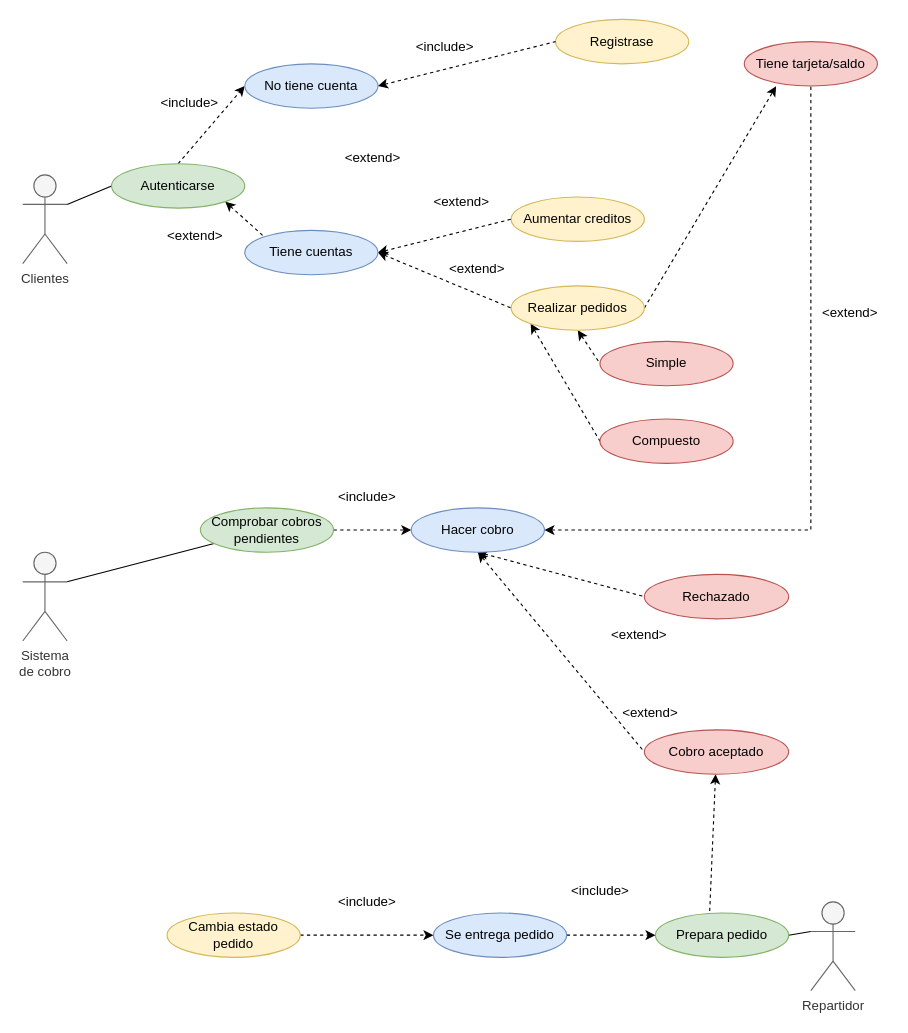
Aeyoz/entornos-desarrollo keeps this draw.io diagram as img/Tienda_virtual.drawio. Above is the earlier version. Source tidied: cells renumbered, new cells numbered last; positions are measured from the earlier drawing's top-left corner, leaving out a move shared by most shapes. Both pictures are drawn from the tidied source at 111%, with x=0, y=0 at pixel (22, 19).
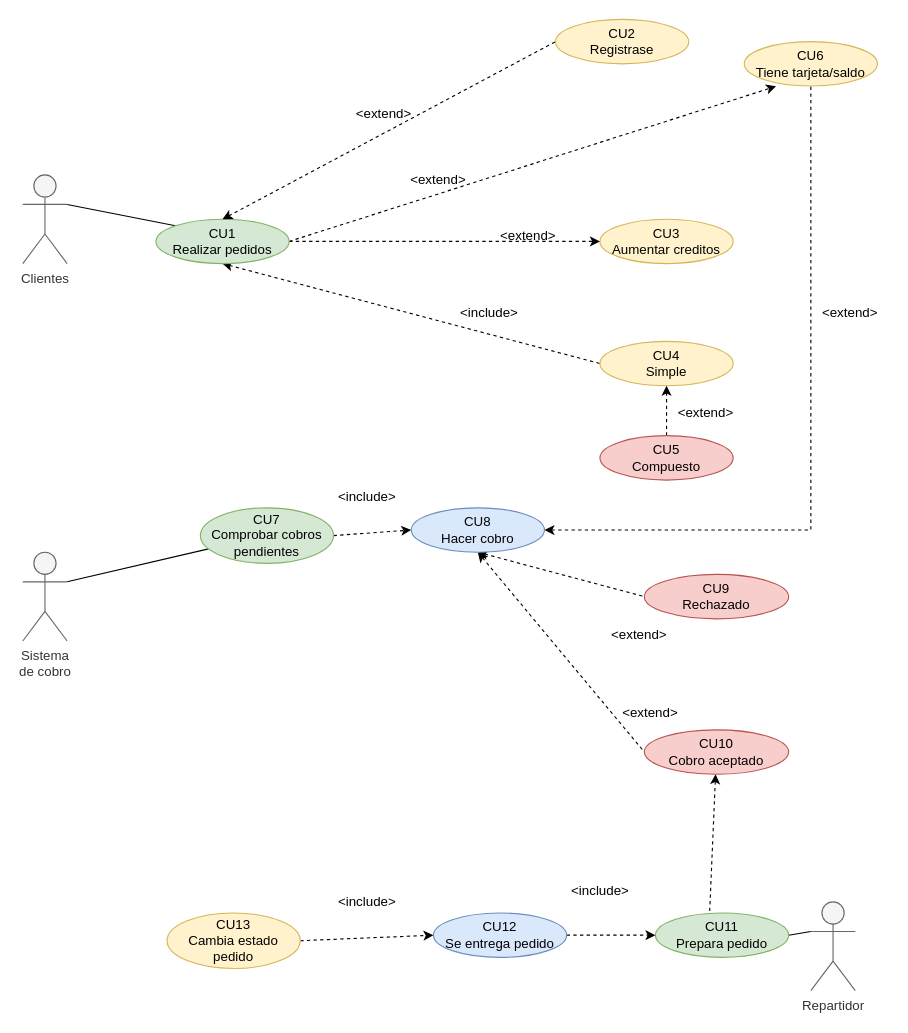
After the change.

The change refers to these unchanged cells:
```xml
<mxCell id="3" value="Clientes" style="shape=umlActor;verticalLabelPosition=bottom;verticalAlign=top;html=1;outlineConnect=0;fillColor=#f5f5f5;fontColor=#333333;strokeColor=#666666;" parent="1" vertex="1">
  <mxGeometry y="140" width="40" height="80" as="geometry" />
</mxCell>
```

Change to the diagram source:
```diff
@@
-    <mxCell id="2" style="edgeStyle=none;rounded=0;jettySize=auto;html=1;exitX=1;exitY=0.3333333333333333;exitDx=0;exitDy=0;exitPerimeter=0;entryX=0;entryY=0.5;entryDx=0;entryDy=0;startArrow=none;startFill=0;endArrow=none;endFill=0;" parent="1" edge="1" source="3" target="23">
-      <mxGeometry relative="1" as="geometry" />
-    </mxCell>
+    <mxCell id="52" style="rounded=0;jettySize=auto;html=1;exitX=1;exitY=0.3333333333333333;exitDx=0;exitDy=0;exitPerimeter=0;entryX=0;entryY=0;entryDx=0;entryDy=0;endArrow=none;endFill=0;" parent="1" edge="1" source="3" target="9">
+      <mxGeometry relative="1" as="geometry" />
+    </mxCell>
@@
-    <mxCell id="4" value="Tiene tarjeta/saldo" style="ellipse;whiteSpace=wrap;html=1;fillColor=#f8cecc;strokeColor=#b85450;" parent="1" vertex="1">
+    <mxCell id="4" value="CU6&lt;br&gt;Tiene tarjeta/saldo" style="ellipse;whiteSpace=wrap;html=1;fillColor=#fff2cc;strokeColor=#d6b656;" parent="1" vertex="1">
       <mxGeometry x="650" y="20" width="120" height="40" as="geometry" />
     </mxCell>
-    <mxCell id="5" value="Aumentar creditos" style="ellipse;whiteSpace=wrap;html=1;fillColor=#fff2cc;strokeColor=#d6b656;" parent="1" vertex="1">
-      <mxGeometry x="440" y="160" width="120" height="40" as="geometry" />
+    <mxCell id="5" value="CU3&lt;br&gt;Aumentar creditos" style="ellipse;whiteSpace=wrap;html=1;fillColor=#fff2cc;strokeColor=#d6b656;" parent="1" vertex="1">
+      <mxGeometry x="520" y="180" width="120" height="40" as="geometry" />
     </mxCell>
@@
-    <mxCell id="8" style="edgeStyle=none;rounded=0;jettySize=auto;html=1;exitX=0;exitY=1;exitDx=0;exitDy=0;entryX=0;entryY=0.5;entryDx=0;entryDy=0;dashed=1;strokeColor=default;startArrow=classic;startFill=1;endArrow=none;endFill=0;" parent="1" edge="1" source="9" target="50">
-      <mxGeometry relative="1" as="geometry" />
-    </mxCell>
+    <mxCell id="53" style="edgeStyle=none;rounded=0;jettySize=auto;html=1;exitX=1;exitY=0.5;exitDx=0;exitDy=0;entryX=0;entryY=0.5;entryDx=0;entryDy=0;dashed=1;endArrow=classic;endFill=1;" parent="1" edge="1" source="9" target="5">
+      <mxGeometry relative="1" as="geometry" />
+    </mxCell>
-    <mxCell id="9" value="Realizar pedidos" style="ellipse;whiteSpace=wrap;html=1;fillColor=#fff2cc;strokeColor=#d6b656;" parent="1" vertex="1">
-      <mxGeometry x="440" y="240" width="120" height="40" as="geometry" />
+    <mxCell id="9" value="CU1&lt;br&gt;Realizar pedidos" style="ellipse;whiteSpace=wrap;html=1;fillColor=#d5e8d4;strokeColor=#82b366;" parent="1" vertex="1">
+      <mxGeometry x="120" y="180" width="120" height="40" as="geometry" />
     </mxCell>
@@
-    <mxCell id="13" value="&amp;lt;extend&amp;gt;" style="text;html=1;align=center;verticalAlign=middle;strokeColor=none;fillColor=none;" parent="1" vertex="1">
-      <mxGeometry x="374" y="210" width="70" height="30" as="geometry" />
-    </mxCell>
@@
-    <mxCell id="17" value="Hacer cobro" style="ellipse;whiteSpace=wrap;html=1;fillColor=#dae8fc;strokeColor=#6c8ebf;" parent="1" vertex="1">
+    <mxCell id="17" value="CU8&lt;br&gt;Hacer cobro" style="ellipse;whiteSpace=wrap;html=1;fillColor=#dae8fc;strokeColor=#6c8ebf;" parent="1" vertex="1">
       <mxGeometry x="350" y="440" width="120" height="40" as="geometry" />
     </mxCell>
@@
-    <mxCell id="19" value="&lt;div&gt;Comprobar cobros &lt;br&gt;&lt;/div&gt;&lt;div&gt;pendientes&lt;br&gt;&lt;/div&gt;" style="ellipse;whiteSpace=wrap;html=1;fillColor=#d5e8d4;strokeColor=#82b366;" parent="1" vertex="1">
-      <mxGeometry x="160" y="440" width="120" height="40" as="geometry" />
+    <mxCell id="19" value="&lt;div&gt;CU7&lt;br&gt;&lt;/div&gt;&lt;div&gt;Comprobar cobros &lt;br&gt;&lt;/div&gt;&lt;div&gt;pendientes&lt;br&gt;&lt;/div&gt;" style="ellipse;whiteSpace=wrap;html=1;fillColor=#d5e8d4;strokeColor=#82b366;" parent="1" vertex="1">
+      <mxGeometry x="160" y="440" width="120" height="50" as="geometry" />
     </mxCell>
@@
-    <mxCell id="21" style="edgeStyle=none;rounded=0;jettySize=auto;html=1;exitX=1;exitY=1;exitDx=0;exitDy=0;entryX=0;entryY=0;entryDx=0;entryDy=0;startArrow=classic;startFill=1;endArrow=none;endFill=0;strokeColor=default;dashed=1;" parent="1" edge="1" source="23" target="26">
-      <mxGeometry relative="1" as="geometry" />
-    </mxCell>
-    <mxCell id="22" style="edgeStyle=none;rounded=0;jettySize=auto;html=1;exitX=0.5;exitY=0;exitDx=0;exitDy=0;entryX=0;entryY=0.5;entryDx=0;entryDy=0;dashed=1;strokeColor=default;startArrow=none;startFill=0;endArrow=classic;endFill=1;" parent="1" edge="1" source="23" target="32">
-      <mxGeometry relative="1" as="geometry" />
-    </mxCell>
-    <mxCell id="23" value="Autenticarse" style="ellipse;whiteSpace=wrap;html=1;fillColor=#d5e8d4;strokeColor=#82b366;" parent="1" vertex="1">
-      <mxGeometry x="80" y="130" width="120" height="40" as="geometry" />
-    </mxCell>
-    <mxCell id="24" style="edgeStyle=none;rounded=0;jettySize=auto;html=1;exitX=1;exitY=0.5;exitDx=0;exitDy=0;entryX=0;entryY=0.5;entryDx=0;entryDy=0;startArrow=classic;startFill=1;endArrow=none;endFill=0;strokeColor=default;dashed=1;" parent="1" edge="1" source="26" target="5">
-      <mxGeometry relative="1" as="geometry" />
-    </mxCell>
-    <mxCell id="25" style="edgeStyle=none;rounded=0;jettySize=auto;html=1;exitX=1;exitY=0.5;exitDx=0;exitDy=0;entryX=0;entryY=0.5;entryDx=0;entryDy=0;startArrow=classic;startFill=1;endArrow=none;endFill=0;strokeColor=default;dashed=1;" parent="1" edge="1" source="26" target="9">
-      <mxGeometry relative="1" as="geometry" />
-    </mxCell>
-    <mxCell id="26" value="Tiene cuentas" style="ellipse;whiteSpace=wrap;html=1;fillColor=#dae8fc;strokeColor=#6c8ebf;" parent="1" vertex="1">
-      <mxGeometry x="200" y="190" width="120" height="40" as="geometry" />
-    </mxCell>
-    <mxCell id="27" value="&amp;lt;extend&amp;gt;" style="text;html=1;align=center;verticalAlign=middle;strokeColor=none;fillColor=none;" parent="1" vertex="1">
-      <mxGeometry x="120" y="180" width="70" height="30" as="geometry" />
-    </mxCell>
-    <mxCell id="28" value="Registrase" style="ellipse;whiteSpace=wrap;html=1;fillColor=#fff2cc;strokeColor=#d6b656;" parent="1" vertex="1">
+    <mxCell id="28" value="CU2&lt;br&gt;Registrase" style="ellipse;whiteSpace=wrap;html=1;fillColor=#fff2cc;strokeColor=#d6b656;" parent="1" vertex="1">
       <mxGeometry x="480" width="120" height="40" as="geometry" />
     </mxCell>
     <mxCell id="29" value="&amp;lt;extend&amp;gt;" style="text;html=1;align=center;verticalAlign=middle;strokeColor=none;fillColor=none;" parent="1" vertex="1">
-      <mxGeometry x="280" y="110" width="70" height="30" as="geometry" />
+      <mxGeometry x="290" y="70" width="70" height="30" as="geometry" />
     </mxCell>
     <mxCell id="30" value="&amp;lt;extend&amp;gt;" style="text;html=1;align=center;verticalAlign=middle;strokeColor=none;fillColor=none;" parent="1" vertex="1">
-      <mxGeometry x="360" y="150" width="70" height="30" as="geometry" />
+      <mxGeometry x="339" y="130" width="70" height="30" as="geometry" />
     </mxCell>
-    <mxCell id="31" style="edgeStyle=none;rounded=0;jettySize=auto;html=1;exitX=1;exitY=0.5;exitDx=0;exitDy=0;entryX=0;entryY=0.5;entryDx=0;entryDy=0;dashed=1;strokeColor=default;startArrow=classic;startFill=1;endArrow=none;endFill=0;" parent="1" edge="1" source="32" target="28">
+    <mxCell id="31" style="edgeStyle=none;rounded=0;jettySize=auto;html=1;exitX=0.5;exitY=0;exitDx=0;exitDy=0;entryX=0;entryY=0.5;entryDx=0;entryDy=0;dashed=1;strokeColor=default;startArrow=classic;startFill=1;endArrow=none;endFill=0;" parent="1" edge="1" source="9" target="28">
       <mxGeometry relative="1" as="geometry" />
     </mxCell>
-    <mxCell id="32" value="No tiene cuenta" style="ellipse;whiteSpace=wrap;html=1;fillColor=#dae8fc;strokeColor=#6c8ebf;" parent="1" vertex="1">
-      <mxGeometry x="200" y="40" width="120" height="40" as="geometry" />
-    </mxCell>
-    <mxCell id="33" value="&amp;lt;include&amp;gt;" style="text;html=1;align=center;verticalAlign=middle;strokeColor=none;fillColor=none;" parent="1" vertex="1">
-      <mxGeometry x="110" y="60" width="80" height="30" as="geometry" />
-    </mxCell>
-    <mxCell id="34" value="&amp;lt;include&amp;gt;" style="text;html=1;align=center;verticalAlign=middle;strokeColor=none;fillColor=none;" parent="1" vertex="1">
-      <mxGeometry x="340" y="10" width="80" height="30" as="geometry" />
-    </mxCell>
-    <mxCell id="35" value="Rechazado" style="ellipse;whiteSpace=wrap;html=1;fillColor=#f8cecc;strokeColor=#b85450;" parent="1" vertex="1">
+    <mxCell id="35" value="CU9&lt;br&gt;Rechazado" style="ellipse;whiteSpace=wrap;html=1;fillColor=#f8cecc;strokeColor=#b85450;" parent="1" vertex="1">
       <mxGeometry x="560" y="500" width="130" height="40" as="geometry" />
     </mxCell>
@@
-    <mxCell id="37" value="Cobro aceptado" style="ellipse;whiteSpace=wrap;html=1;fillColor=#f8cecc;strokeColor=#b85450;" parent="1" vertex="1">
+    <mxCell id="37" value="CU10&lt;br&gt;Cobro aceptado" style="ellipse;whiteSpace=wrap;html=1;fillColor=#f8cecc;strokeColor=#b85450;" parent="1" vertex="1">
       <mxGeometry x="560" y="640" width="130" height="40" as="geometry" />
     </mxCell>
@@
-    <mxCell id="42" value="Prepara pedido" style="ellipse;whiteSpace=wrap;html=1;fillColor=#d5e8d4;strokeColor=#82b366;" parent="1" vertex="1">
+    <mxCell id="42" value="CU11&lt;br&gt;Prepara pedido" style="ellipse;whiteSpace=wrap;html=1;fillColor=#d5e8d4;strokeColor=#82b366;" parent="1" vertex="1">
       <mxGeometry x="570" y="805" width="120" height="40" as="geometry" />
     </mxCell>
@@
-    <mxCell id="44" value="Se entrega pedido" style="ellipse;whiteSpace=wrap;html=1;fillColor=#dae8fc;strokeColor=#6c8ebf;" parent="1" vertex="1">
+    <mxCell id="44" value="CU12&lt;br&gt;Se entrega pedido" style="ellipse;whiteSpace=wrap;html=1;fillColor=#dae8fc;strokeColor=#6c8ebf;" parent="1" vertex="1">
       <mxGeometry x="370" y="805" width="120" height="40" as="geometry" />
     </mxCell>
@@
-    <mxCell id="47" value="Cambia estado pedido" style="ellipse;whiteSpace=wrap;html=1;fillColor=#fff2cc;strokeColor=#d6b656;" parent="1" vertex="1">
-      <mxGeometry x="130" y="805" width="120" height="40" as="geometry" />
+    <mxCell id="47" value="CU13&lt;br&gt;Cambia estado pedido" style="ellipse;whiteSpace=wrap;html=1;fillColor=#fff2cc;strokeColor=#d6b656;" parent="1" vertex="1">
+      <mxGeometry x="130" y="805" width="120" height="50" as="geometry" />
     </mxCell>
@@
-    <mxCell id="49" value="Simple" style="ellipse;whiteSpace=wrap;html=1;fillColor=#f8cecc;strokeColor=#b85450;" parent="1" vertex="1">
+    <mxCell id="49" value="CU4&lt;br&gt;Simple" style="ellipse;whiteSpace=wrap;html=1;fillColor=#fff2cc;strokeColor=#d6b656;" parent="1" vertex="1">
       <mxGeometry x="520" y="290" width="120" height="40" as="geometry" />
     </mxCell>
+    <mxCell id="54" style="edgeStyle=none;rounded=0;jettySize=auto;html=1;exitX=0.5;exitY=0;exitDx=0;exitDy=0;entryX=0.5;entryY=1;entryDx=0;entryDy=0;endArrow=classic;endFill=1;dashed=1;" parent="1" edge="1" source="50" target="49">
+      <mxGeometry relative="1" as="geometry" />
+    </mxCell>
-    <mxCell id="50" value="Compuesto" style="ellipse;whiteSpace=wrap;html=1;fillColor=#f8cecc;strokeColor=#b85450;" parent="1" vertex="1">
-      <mxGeometry x="520" y="360" width="120" height="40" as="geometry" />
+    <mxCell id="50" value="CU5&lt;br&gt;Compuesto" style="ellipse;whiteSpace=wrap;html=1;fillColor=#f8cecc;strokeColor=#b85450;" parent="1" vertex="1">
+      <mxGeometry x="520" y="375" width="120" height="40" as="geometry" />
     </mxCell>
@@
+    <mxCell id="55" value="&amp;lt;extend&amp;gt;" style="text;html=1;align=center;verticalAlign=middle;strokeColor=none;fillColor=none;" parent="1" vertex="1">
+      <mxGeometry x="580" y="340" width="70" height="30" as="geometry" />
+    </mxCell>
+    <mxCell id="56" value="&amp;lt;include&amp;gt;" style="text;html=1;align=center;verticalAlign=middle;strokeColor=none;fillColor=none;" parent="1" vertex="1">
+      <mxGeometry x="380" y="250" width="80" height="30" as="geometry" />
+    </mxCell>
+    <mxCell id="57" value="&amp;lt;extend&amp;gt;" style="text;html=1;align=center;verticalAlign=middle;strokeColor=none;fillColor=none;" parent="1" vertex="1">
+      <mxGeometry x="420" y="180" width="70" height="30" as="geometry" />
+    </mxCell>
```
